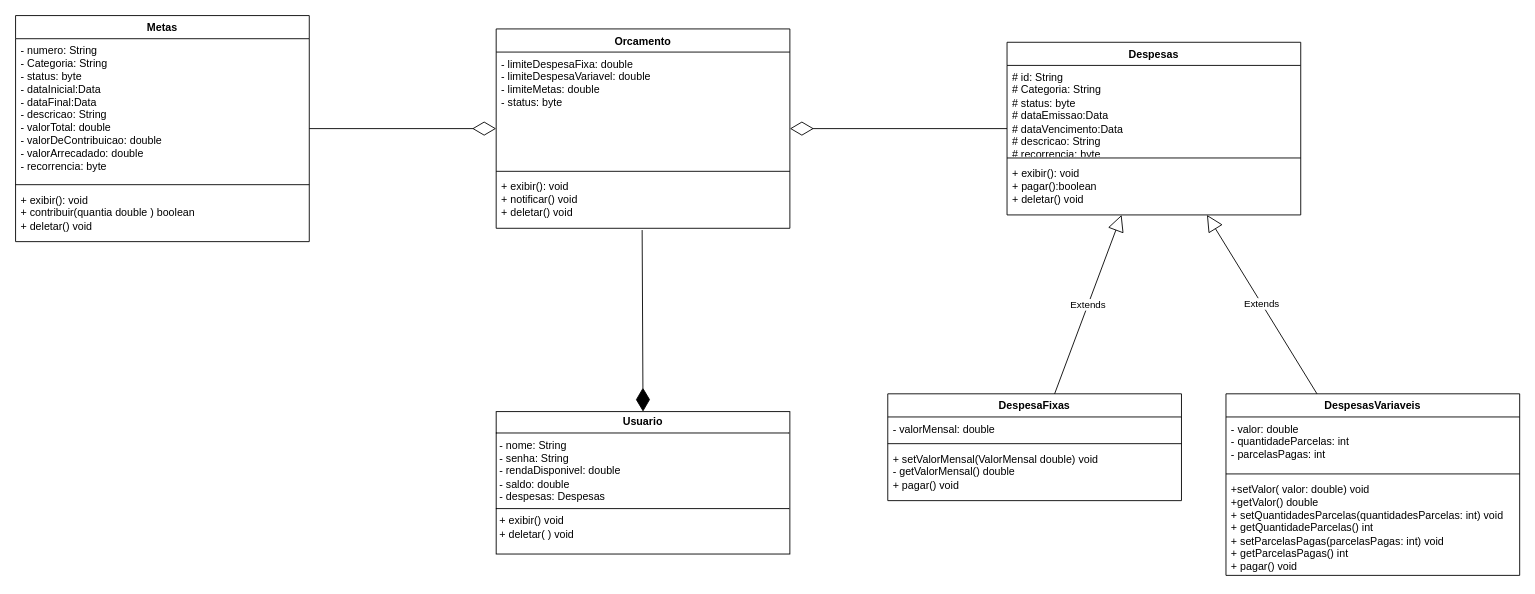
josevictoraraujorojas/Controle-Financeiro keeps this draw.io diagram as Diagrama de classe Controle-Financeiro.drawio. Above is the earlier version. Source tidied: cells renumbered, new cells numbered last; positions are measured from the earlier drawing's top-left corner, leaving out a move shared by most shapes. Both pictures are drawn from the tidied source at 89%, with x=0, y=0 at pixel (15, 15).
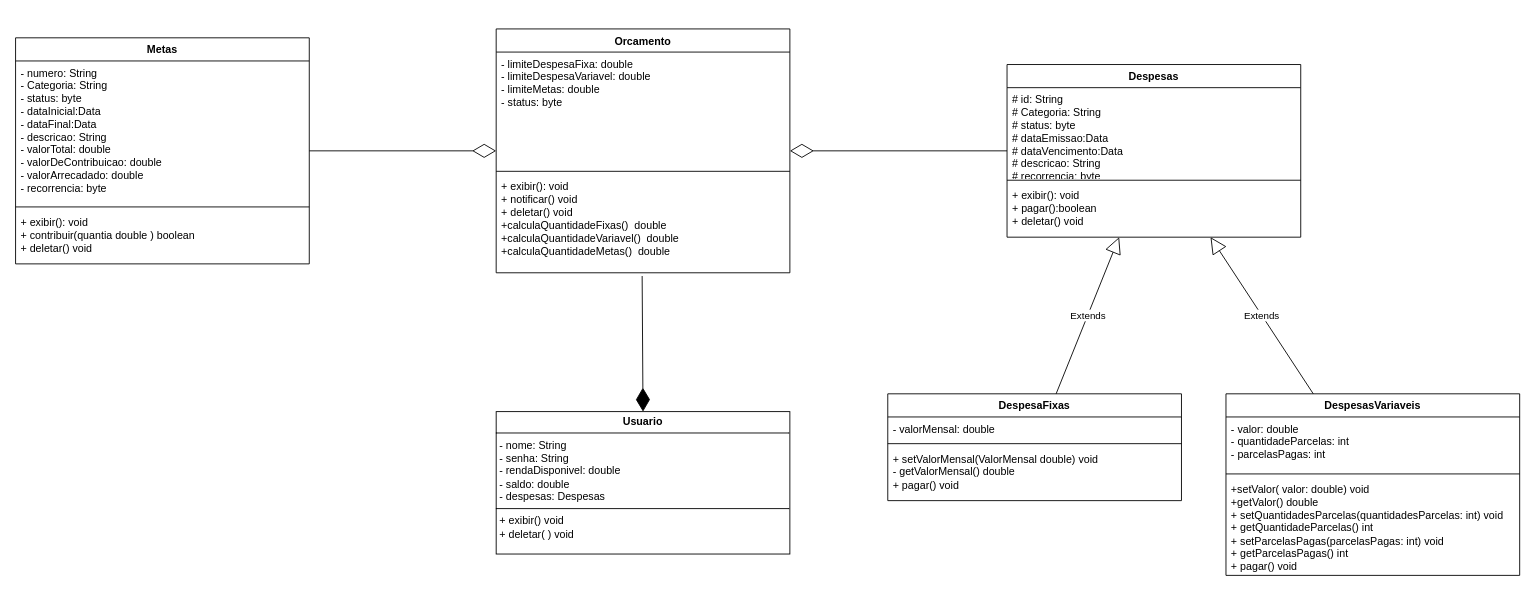
The same diagram, later.

Change to the diagram source:
```diff
@@
     <mxCell id="3" value="Despesas" style="swimlane;fontStyle=1;align=center;verticalAlign=top;horizontal=1;startSize=26;whiteSpace=wrap;html=1;" parent="1" vertex="1">
-      <mxGeometry x="1114" y="30" width="330" height="194" as="geometry" />
+      <mxGeometry x="1114" y="55" width="330" height="194" as="geometry" />
     </mxCell>
@@
     <mxCell id="15" value="Metas" style="swimlane;fontStyle=1;align=center;verticalAlign=top;horizontal=1;startSize=26;whiteSpace=wrap;html=1;" parent="1" vertex="1">
-      <mxGeometry width="330" height="254" as="geometry" />
+      <mxGeometry y="25" width="330" height="254" as="geometry" />
     </mxCell>
@@
     <mxCell id="19" value="Orcamento" style="swimlane;fontStyle=1;align=center;verticalAlign=top;horizontal=1;startSize=26;whiteSpace=wrap;html=1;" parent="1" vertex="1">
-      <mxGeometry x="540" y="15" width="330" height="224" as="geometry" />
+      <mxGeometry x="540" y="15" width="330" height="274" as="geometry" />
     </mxCell>
@@
-    <mxCell id="22" value="&lt;div&gt;&lt;span style=&quot;background-color: initial;&quot;&gt;+ exibir(): void&lt;/span&gt;&lt;/div&gt;&lt;div&gt;&lt;span style=&quot;background-color: initial;&quot;&gt;+ notificar() void&lt;/span&gt;&lt;/div&gt;&lt;div&gt;+ deletar() void&lt;/div&gt;" style="text;strokeColor=none;fillColor=none;align=left;verticalAlign=top;spacingLeft=4;spacingRight=4;overflow=hidden;points=[[0,0.5],[1,0.5]];portConstraint=eastwest;whiteSpace=wrap;html=1;" parent="19" vertex="1">
-      <mxGeometry y="164" width="330" height="60" as="geometry" />
+    <mxCell id="22" value="&lt;div&gt;&lt;span style=&quot;background-color: initial;&quot;&gt;+ exibir(): void&lt;/span&gt;&lt;/div&gt;&lt;div&gt;&lt;span style=&quot;background-color: initial;&quot;&gt;+ notificar() void&lt;/span&gt;&lt;/div&gt;&lt;div&gt;+ deletar() void&lt;/div&gt;&lt;div&gt;+calculaQuantidadeFixas()&amp;nbsp; double&lt;/div&gt;&lt;div&gt;+calculaQuantidadeVariavel()&amp;nbsp; double&lt;br&gt;&lt;/div&gt;&lt;div&gt;+calculaQuantidadeMetas()&amp;nbsp; double&lt;br&gt;&lt;/div&gt;&lt;div&gt;&lt;br&gt;&lt;/div&gt;" style="text;strokeColor=none;fillColor=none;align=left;verticalAlign=top;spacingLeft=4;spacingRight=4;overflow=hidden;points=[[0,0.5],[1,0.5]];portConstraint=eastwest;whiteSpace=wrap;html=1;" parent="19" vertex="1">
+      <mxGeometry y="164" width="330" height="110" as="geometry" />
     </mxCell>
```
